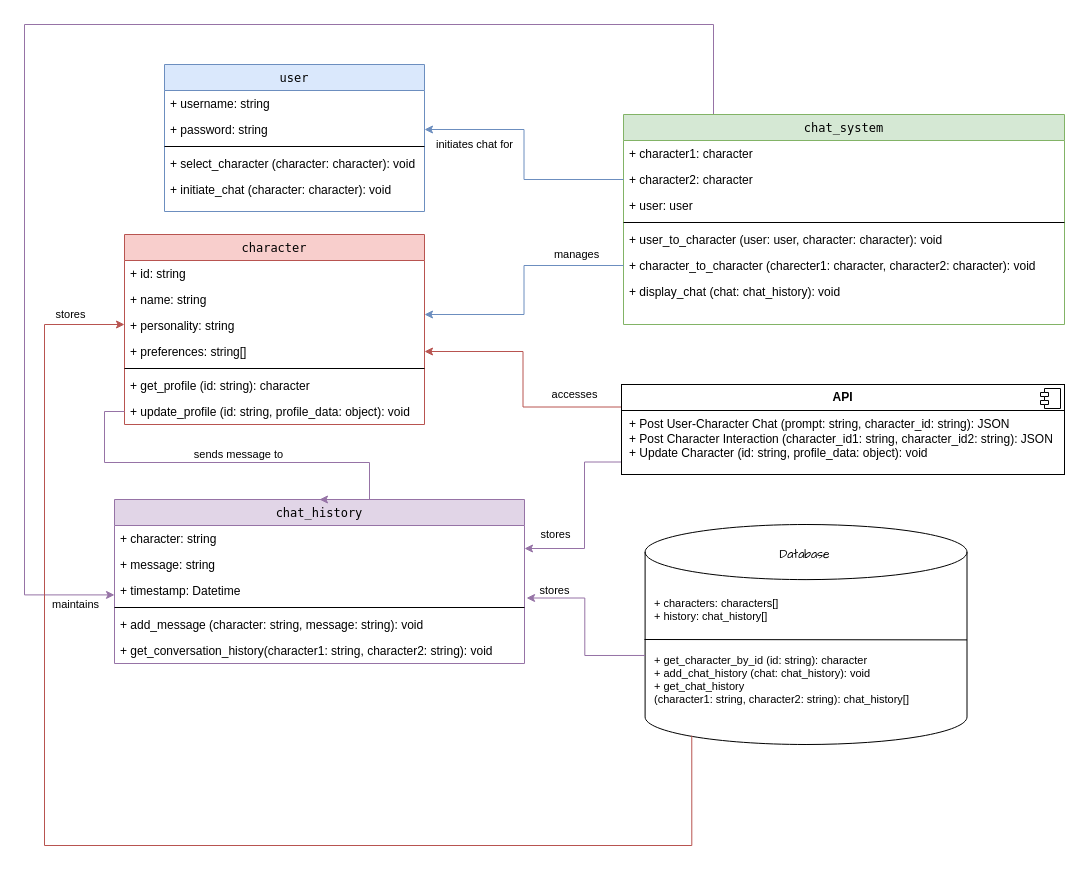
Before: Schema/class_diagram.drawio in aminnademi/AIrium, a draw.io diagram. Source tidied: cells renumbered, new cells numbered last; positions are measured from the earlier drawing's top-left corner, leaving out a move shared by most shapes. Both pictures are drawn from the tidied source at 100%, with x=0, y=0 at pixel (24, 24).
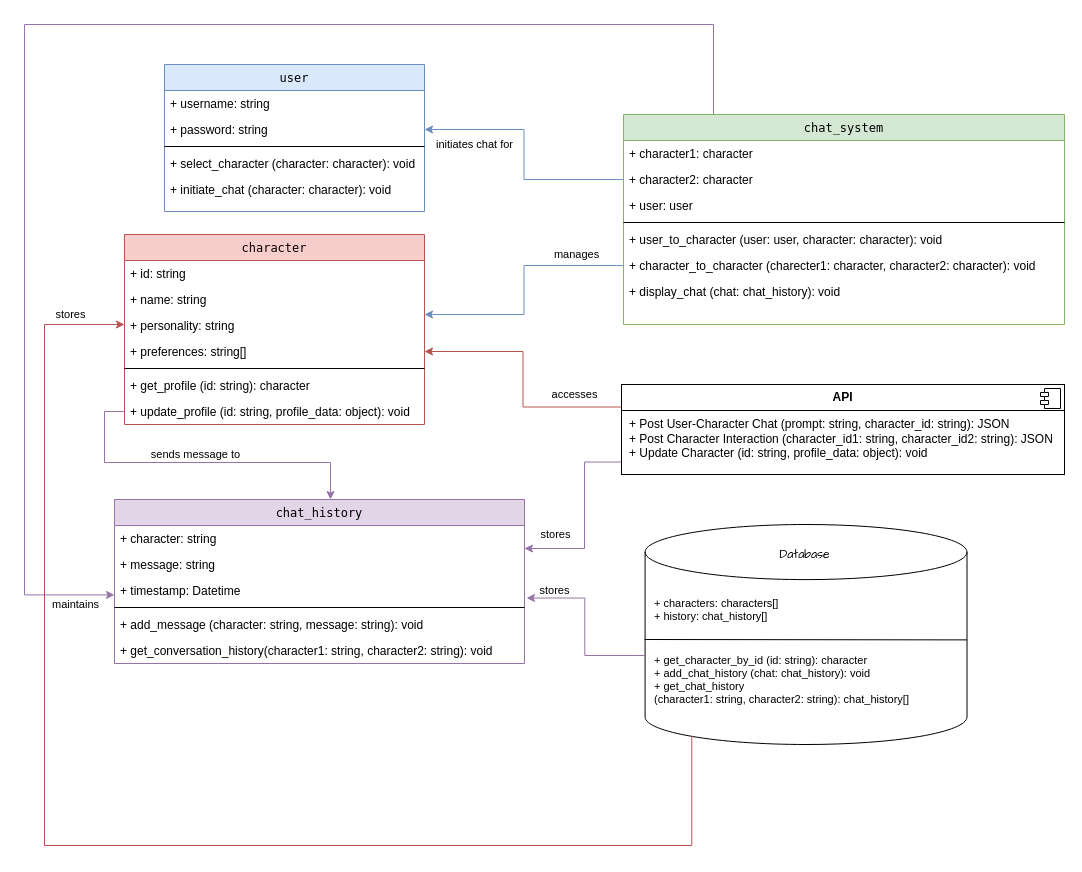
The same page after the edit.

The change refers to these unchanged cells:
```xml
<mxCell id="24" value="+ update_profile (id: string, profile_data: object): void" style="text;align=left;verticalAlign=top;spacingLeft=4;spacingRight=4;overflow=hidden;points=[[0,0.5],[1,0.5]];portConstraint=eastwest;rounded=0;shadow=0;html=0;" parent="17" vertex="1">
  <mxGeometry y="164" width="300" height="26" as="geometry" />
</mxCell>
<mxCell id="37" value="chat_history" style="swimlane;fontStyle=0;align=center;verticalAlign=top;horizontal=1;startSize=26;rounded=0;shadow=0;strokeWidth=1;fillColor=#e1d5e7;strokeColor=#9673a6;fontFamily=Lucida Console;" parent="1" vertex="1">
  <mxGeometry x="90" y="475" width="410" height="164" as="geometry" />
</mxCell>
```

Diff of the diagram source:
```diff
@@
-    <mxCell id="44" value="sends message to" style="edgeStyle=orthogonalEdgeStyle;rounded=0;jettySize=auto;html=1;exitX=0;exitY=0.5;exitDx=0;exitDy=0;entryX=0.5;entryY=0;entryDx=0;entryDy=0;fillColor=#e1d5e7;strokeColor=#9673a6;" parent="1" edge="1" source="24" target="37">
+    <mxCell id="44" value="sends message to" style="edgeStyle=orthogonalEdgeStyle;rounded=0;jettySize=auto;html=1;exitX=0;exitY=0.5;exitDx=0;exitDy=0;fillColor=#e1d5e7;strokeColor=#9673a6;" parent="1" edge="1" source="24">
       <mxGeometry x="-0.03" y="8" relative="1" as="geometry">
+        <mxPoint x="306" y="475" as="targetPoint" />
         <Array as="points">
           <mxPoint x="80" y="387" />
           <mxPoint x="80" y="438" />
-          <mxPoint x="345" y="438" />
+          <mxPoint x="306" y="438" />
+          <mxPoint x="306" y="475" />
         </Array>
       </mxGeometry>
     </mxCell>
```
